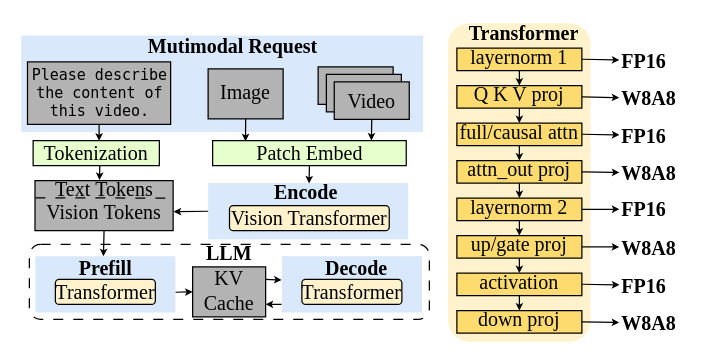
icszhr/hermes keeps this draw.io diagram as figures/bg1.drawio. Above is the earlier version. Source tidied: cells renumbered, new cells numbered last; positions are measured from the earlier drawing's top-left corner, leaving out a move shared by most shapes. Both pictures are drawn from the tidied source at 125%, with x=0, y=0 at pixel (20, 22).
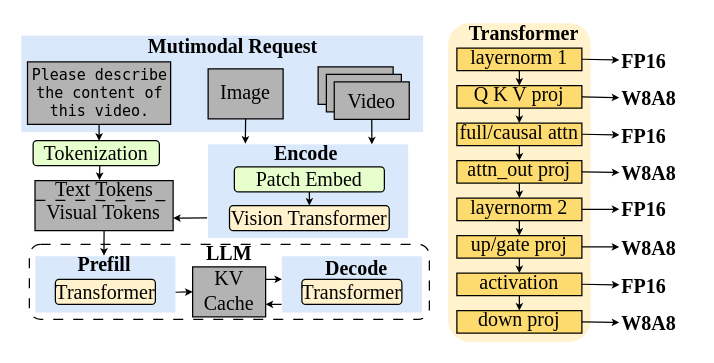
The same page after the edit.

Unchanged cells that the change refers to:
```xml
<mxCell id="4" value="&lt;font&gt;Image&lt;/font&gt;" style="rounded=0;whiteSpace=wrap;html=1;fillColor=light-dark(#b3b3b3, #1f2f1e);strokeColor=#000000;fontFamily=Times New Roman;fontSize=16;spacingTop=-4;" parent="1" vertex="1">
  <mxGeometry x="150" y="36.6" width="60" height="40" as="geometry" />
</mxCell>
<mxCell id="10" style="rounded=0;whiteSpace=wrap;html=1;fillColor=light-dark(#b3b3b3, #ededed);fontSize=16;fontFamily=Times New Roman;" parent="1" vertex="1">
  <mxGeometry x="11.5" y="126" width="110.5" height="40" as="geometry" />
</mxCell>
<mxCell id="12" style="rounded=0;whiteSpace=wrap;html=1;fillColor=light-dark(#dae8fc, #ededed);fontSize=16;fontFamily=Times New Roman;strokeColor=none;" parent="1" vertex="1">
  <mxGeometry x="11.8" y="186.5" width="112" height="45" as="geometry" />
</mxCell>
<mxCell id="13" value="&lt;font&gt;&lt;span&gt;KV&lt;/span&gt;&lt;/font&gt;&lt;div&gt;&lt;font&gt;&lt;span&gt;Cache&lt;/span&gt;&lt;/font&gt;&lt;/div&gt;" style="rounded=0;whiteSpace=wrap;html=1;fillColor=light-dark(#b3b3b3, #ededed);fontSize=16;fontFamily=Times New Roman;spacingTop=-2;" parent="1" vertex="1">
  <mxGeometry x="137.6" y="195" width="58.4" height="40" as="geometry" />
</mxCell>
<mxCell id="16" value="&lt;font&gt;Vision Transformer&lt;/font&gt;" style="rounded=1;whiteSpace=wrap;html=1;fillColor=light-dark(#fff2cc, #ededed);fontSize=16;fontFamily=Times New Roman;" parent="1" vertex="1">
  <mxGeometry x="167.1" y="146" width="127.8" height="20" as="geometry" />
</mxCell>
<mxCell id="32" value="&lt;font&gt;Video&lt;/font&gt;" style="rounded=0;whiteSpace=wrap;html=1;fillColor=light-dark(#b3b3b3, #1d293b);strokeColor=#000000;fontFamily=Times New Roman;fontSize=16;" parent="29" vertex="1">
  <mxGeometry x="12.9" y="12" width="60" height="30" as="geometry" />
</mxCell>
<mxCell id="36" style="rounded=0;whiteSpace=wrap;html=1;fillColor=light-dark(#dae8fc, #ededed);fontSize=16;fontFamily=Times New Roman;strokeColor=none;" parent="1" vertex="1">
  <mxGeometry x="209" y="186.5" width="112" height="45" as="geometry" />
</mxCell>
```

What changed in the source:
```diff
@@
     <mxCell id="5" style="rounded=0;whiteSpace=wrap;html=1;fontFamily=Times New Roman;fillColor=light-dark(#dae8fc, #ededed);fontSize=16;strokeColor=none;" parent="1" vertex="1">
-      <mxGeometry x="150" y="128" width="160" height="45" as="geometry" />
+      <mxGeometry x="150" y="97" width="160" height="75" as="geometry" />
     </mxCell>
     <mxCell id="6" value="&lt;font&gt;&lt;b&gt;Encode&lt;/b&gt;&lt;/font&gt;" style="text;html=1;whiteSpace=wrap;strokeColor=none;fillColor=none;align=center;verticalAlign=middle;rounded=0;fontFamily=Times New Roman;fontSize=16;" parent="1" vertex="1">
-      <mxGeometry x="195.5" y="126" width="65" height="17" as="geometry" />
+      <mxGeometry x="196" y="95.5" width="65" height="17" as="geometry" />
     </mxCell>
-    <mxCell id="7" value="&lt;span style=&quot;&quot;&gt;Tokenization&lt;/span&gt;" style="rounded=0;whiteSpace=wrap;html=1;fillColor=light-dark(#E6FFCC,#EDEDED);fontSize=16;fontFamily=Times New Roman;strokeColor=default;" parent="1" vertex="1">
+    <mxCell id="7" value="&lt;span style=&quot;&quot;&gt;Tokenization&lt;/span&gt;" style="rounded=1;whiteSpace=wrap;html=1;fillColor=light-dark(#E6FFCC,#EDEDED);fontSize=16;fontFamily=Times New Roman;strokeColor=default;" parent="1" vertex="1">
       <mxGeometry x="10" y="94" width="101" height="20" as="geometry" />
     </mxCell>
@@
-    <mxCell id="14" style="rounded=0;jettySize=auto;html=1;entryX=0.467;entryY=0.002;entryDx=0;entryDy=0;entryPerimeter=0;strokeWidth=1;endSize=3;fontSize=16;fontFamily=Times New Roman;exitX=0.5;exitY=1;exitDx=0;exitDy=0;" parent="1" edge="1" source="10" target="22">
+    <mxCell id="14" style="rounded=0;jettySize=auto;html=1;strokeWidth=1;endSize=3;fontSize=16;fontFamily=Times New Roman;exitX=0.5;exitY=1;exitDx=0;exitDy=0;entryX=0.49;entryY=-0.011;entryDx=0;entryDy=0;entryPerimeter=0;" parent="1" edge="1" source="10" target="12">
       <mxGeometry relative="1" as="geometry" />
     </mxCell>
@@
+    <mxCell id="72" style="rounded=0;jettySize=auto;html=1;entryX=0.5;entryY=0;entryDx=0;entryDy=0;endSize=3;" parent="1" edge="1" source="18" target="16">
+      <mxGeometry relative="1" as="geometry" />
+    </mxCell>
-    <mxCell id="18" value="Patch Embed" style="rounded=0;whiteSpace=wrap;html=1;fillColor=light-dark(#E6FFCC,#EDEDED);fontSize=16;fontFamily=Times New Roman;strokeColor=default;" parent="1" vertex="1">
-      <mxGeometry x="153.6" y="94" width="154.9" height="20" as="geometry" />
+    <mxCell id="18" value="Patch Embed" style="rounded=1;whiteSpace=wrap;html=1;fillColor=light-dark(#E6FFCC,#EDEDED);fontSize=16;fontFamily=Times New Roman;strokeColor=default;" parent="1" vertex="1">
+      <mxGeometry x="171" y="115" width="120" height="20" as="geometry" />
     </mxCell>
@@
-    <mxCell id="20" value="&lt;font style=&quot;forced-color-adjust: none; color: rgb(0, 0, 0); font-family: &amp;quot;Times New Roman&amp;quot;; font-size: 16px; font-style: normal; font-variant-ligatures: normal; font-variant-caps: normal; font-weight: 400; letter-spacing: normal; orphans: 2; text-align: center; text-indent: 0px; text-transform: none; widows: 2; word-spacing: 0px; -webkit-text-stroke-width: 0px; white-space: normal; text-decoration-thickness: initial; text-decoration-style: initial; text-decoration-color: initial;&quot;&gt;Vision&amp;nbsp;&lt;/font&gt;&lt;span style=&quot;color: light-dark(rgb(0, 0, 0), rgb(237, 237, 237)); font-family: &amp;quot;Times New Roman&amp;quot;; font-size: 16px; text-align: center; background-color: transparent;&quot;&gt;Tokens&lt;/span&gt;" style="text;whiteSpace=wrap;html=1;labelBackgroundColor=none;spacingTop=-8;" parent="1" vertex="1">
+    <mxCell id="20" value="&lt;font style=&quot;forced-color-adjust: none; color: rgb(0, 0, 0); font-family: &amp;quot;Times New Roman&amp;quot;; font-size: 16px; font-style: normal; font-variant-ligatures: normal; font-variant-caps: normal; font-weight: 400; letter-spacing: normal; orphans: 2; text-align: center; text-indent: 0px; text-transform: none; widows: 2; word-spacing: 0px; -webkit-text-stroke-width: 0px; white-space: normal; text-decoration-thickness: initial; text-decoration-style: initial; text-decoration-color: initial;&quot;&gt;Visual&amp;nbsp;&lt;/font&gt;&lt;span style=&quot;color: light-dark(rgb(0, 0, 0), rgb(237, 237, 237)); font-family: &amp;quot;Times New Roman&amp;quot;; font-size: 16px; text-align: center; background-color: transparent;&quot;&gt;Tokens&lt;/span&gt;" style="text;whiteSpace=wrap;html=1;labelBackgroundColor=none;spacingTop=-8;" parent="1" vertex="1">
       <mxGeometry x="19" y="143" width="99.5" height="16" as="geometry" />
     </mxCell>
-    <mxCell id="21" style="endArrow=none;html=1;rounded=0;entryX=1.001;entryY=0.349;entryDx=0;entryDy=0;entryPerimeter=0;exitX=0.003;exitY=0.335;exitDx=0;exitDy=0;exitPerimeter=0;dashed=1;dashPattern=8 8;" parent="1" edge="1" target="10">
+    <mxCell id="21" style="endArrow=none;html=1;rounded=0;entryX=1.001;entryY=0.349;entryDx=0;entryDy=0;entryPerimeter=0;exitX=0.003;exitY=0.335;exitDx=0;exitDy=0;exitPerimeter=0;dashed=1;dashPattern=8 8;" parent="1" edge="1">
       <mxGeometry relative="1" as="geometry">
-        <mxPoint x="11.8" y="139.8" as="sourcePoint" />
+        <mxPoint x="11.8" y="141.8" as="sourcePoint" />
+        <mxPoint x="122.1" y="142" as="targetPoint" />
       </mxGeometry>
     </mxCell>
-    <mxCell id="22" value="&lt;b style=&quot;forced-color-adjust: none; color: rgb(0, 0, 0); font-family: &amp;quot;Times New Roman&amp;quot;; font-size: 16px; font-style: normal; font-variant-ligatures: normal; font-variant-caps: normal; letter-spacing: normal; orphans: 2; text-align: center; text-indent: 0px; text-transform: none; widows: 2; word-spacing: 0px; -webkit-text-stroke-width: 0px; white-space: normal; text-decoration-thickness: initial; text-decoration-style: initial; text-decoration-color: initial;&quot;&gt;Prefill&lt;/b&gt;" style="text;whiteSpace=wrap;html=1;labelBackgroundColor=none;spacingTop=-7;" parent="1" vertex="1">
-      <mxGeometry x="44.9" y="186.5" width="45.7" height="17" as="geometry" />
+    <mxCell id="22" value="&lt;b style=&quot;forced-color-adjust: none; color: rgb(0, 0, 0); font-family: &amp;quot;Times New Roman&amp;quot;; font-size: 16px; font-style: normal; font-variant-ligatures: normal; font-variant-caps: normal; letter-spacing: normal; orphans: 2; text-align: center; text-indent: 0px; text-transform: none; widows: 2; word-spacing: 0px; -webkit-text-stroke-width: 0px; white-space: normal; text-decoration-thickness: initial; text-decoration-style: initial; text-decoration-color: initial;&quot;&gt;Prefill&lt;/b&gt;" style="text;whiteSpace=wrap;html=1;labelBackgroundColor=none;spacingTop=-10;" parent="1" vertex="1">
+      <mxGeometry x="43.9" y="187.4" width="45.7" height="13.5" as="geometry" />
     </mxCell>
@@
-    <mxCell id="25" style="rounded=0;jettySize=auto;html=1;exitX=1;exitY=0.25;exitDx=0;exitDy=0;entryX=-0.002;entryY=0.422;entryDx=0;entryDy=0;entryPerimeter=0;endSize=3;" parent="1" edge="1" source="13" target="36">
+    <mxCell id="25" style="rounded=0;jettySize=auto;html=1;exitX=1;exitY=0.25;exitDx=0;exitDy=0;entryX=0.001;entryY=0.409;entryDx=0;entryDy=0;entryPerimeter=0;endSize=3;" parent="1" edge="1" source="13" target="36">
       <mxGeometry relative="1" as="geometry" />
     </mxCell>
@@
-    <mxCell id="27" style="rounded=0;jettySize=auto;html=1;exitX=0;exitY=0.5;exitDx=0;exitDy=0;entryX=1.004;entryY=0.62;entryDx=0;entryDy=0;entryPerimeter=0;endSize=3;" parent="1" edge="1" source="5" target="10">
+    <mxCell id="27" style="rounded=0;jettySize=auto;html=1;exitX=-0.005;exitY=0.784;exitDx=0;exitDy=0;entryX=1;entryY=0.75;entryDx=0;entryDy=0;endSize=3;exitPerimeter=0;" parent="1" edge="1" source="5" target="10">
       <mxGeometry relative="1" as="geometry" />
     </mxCell>
@@
-    <mxCell id="33" style="rounded=0;jettySize=auto;html=1;exitX=0.5;exitY=1;exitDx=0;exitDy=0;entryX=0.542;entryY=0.132;entryDx=0;entryDy=0;entryPerimeter=0;endSize=3;" parent="1" edge="1" source="18" target="6">
-      <mxGeometry relative="1" as="geometry" />
-    </mxCell>
-    <mxCell id="34" style="rounded=0;jettySize=auto;html=1;exitX=0.5;exitY=1;exitDx=0;exitDy=0;entryX=0.17;entryY=0.027;entryDx=0;entryDy=0;entryPerimeter=0;endSize=3;" parent="1" edge="1" source="4" target="18">
-      <mxGeometry relative="1" as="geometry" />
-    </mxCell>
-    <mxCell id="35" style="rounded=0;jettySize=auto;html=1;exitX=0.5;exitY=1;exitDx=0;exitDy=0;entryX=0.82;entryY=-0.004;entryDx=0;entryDy=0;entryPerimeter=0;endSize=3;" parent="1" edge="1" source="32" target="18">
-      <mxGeometry relative="1" as="geometry" />
-    </mxCell>
@@
+    <mxCell id="73" style="rounded=0;jettySize=auto;html=1;exitX=0.5;exitY=1;exitDx=0;exitDy=0;entryX=0.186;entryY=-0.007;entryDx=0;entryDy=0;entryPerimeter=0;endSize=3;" parent="1" edge="1" source="4" target="5">
+      <mxGeometry relative="1" as="geometry" />
+    </mxCell>
+    <mxCell id="74" style="rounded=0;jettySize=auto;html=1;exitX=0.5;exitY=1;exitDx=0;exitDy=0;endSize=3;" parent="1" edge="1" source="32">
+      <mxGeometry relative="1" as="geometry">
+        <mxPoint x="281" y="97" as="targetPoint" />
+      </mxGeometry>
+    </mxCell>
```
